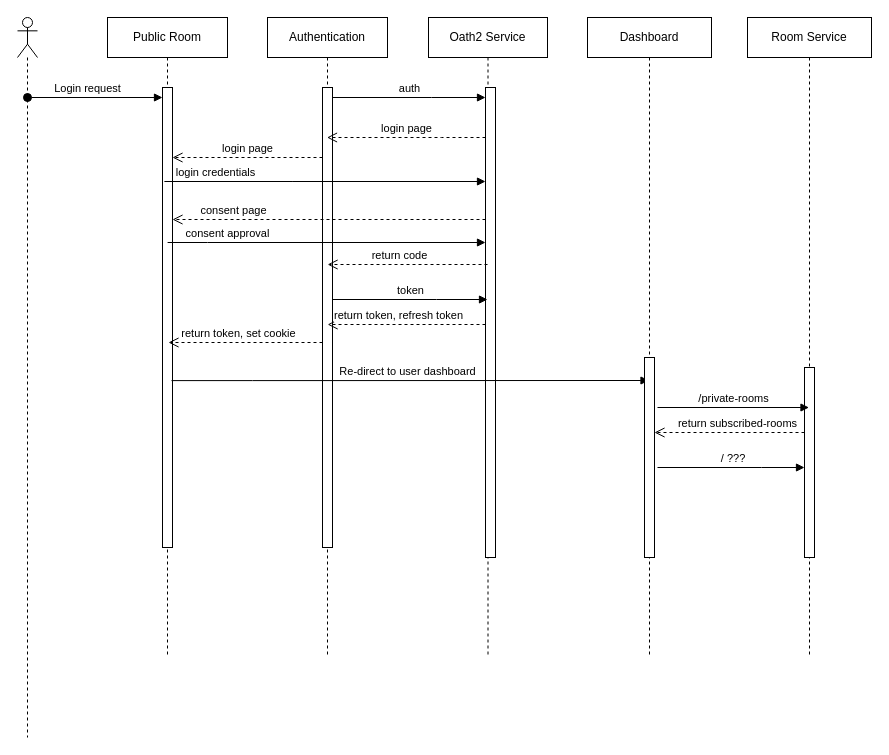
akshayvijaynair/music-academy-docs keeps this draw.io diagram as docs/assets/Sequence Diagram.drawio. Above is the earlier version. Source tidied: cells renumbered, new cells numbered last; positions are measured from the earlier drawing's top-left corner, leaving out a move shared by most shapes. Both pictures are drawn from the tidied source at 100%, with x=0, y=0 at pixel (17, 17).
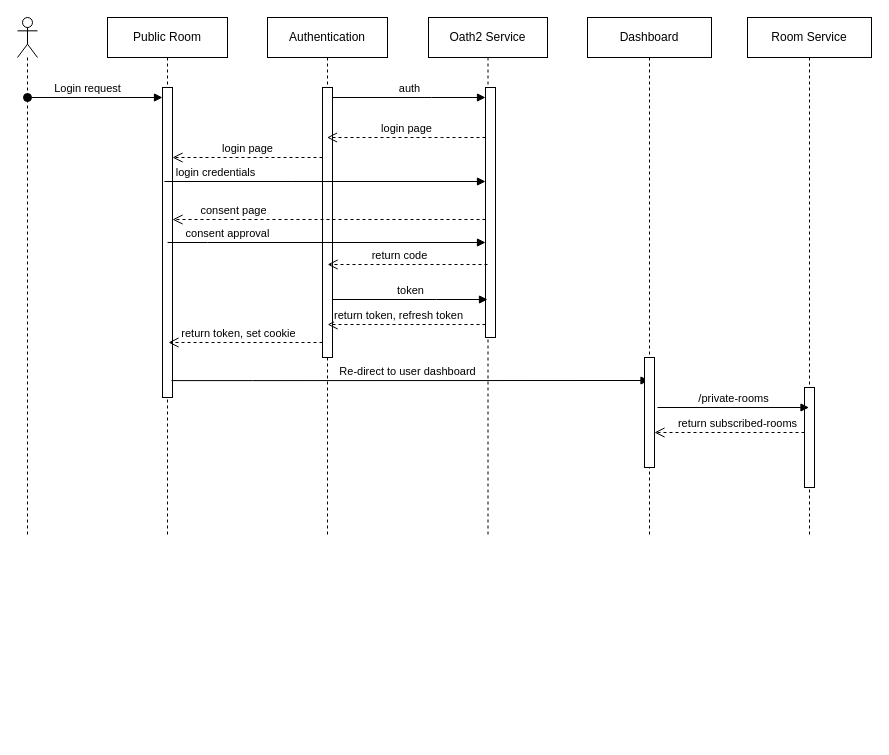
The same diagram, later.

Commit message:
feat(SequenceDiagram): cleaned up login flow

The edit, as a diff of the source:
```diff
@@
     <mxCell id="2" value="Public Room" style="shape=umlLifeline;perimeter=lifelinePerimeter;whiteSpace=wrap;html=1;newEdgeStyle={&quot;edgeStyle&quot;:&quot;elbowEdgeStyle&quot;,&quot;elbow&quot;:&quot;vertical&quot;,&quot;curved&quot;:0,&quot;rounded&quot;:0};" parent="1" vertex="1">
-      <mxGeometry x="90" width="120" height="640" as="geometry" />
+      <mxGeometry x="90" width="120" height="520" as="geometry" />
     </mxCell>
     <mxCell id="3" style="html=1;points=[];perimeter=orthogonalPerimeter;outlineConnect=0;targetShapes=umlLifeline;portConstraint=eastwest;newEdgeStyle={&quot;edgeStyle&quot;:&quot;elbowEdgeStyle&quot;,&quot;elbow&quot;:&quot;vertical&quot;,&quot;curved&quot;:0,&quot;rounded&quot;:0};" parent="2" vertex="1">
-      <mxGeometry x="55" y="70" width="10" height="460" as="geometry" />
+      <mxGeometry x="55" y="70" width="10" height="310" as="geometry" />
     </mxCell>
     <mxCell id="4" value="Authentication" style="shape=umlLifeline;perimeter=lifelinePerimeter;whiteSpace=wrap;html=1;outlineConnect=0;portConstraint=eastwest;newEdgeStyle={&quot;edgeStyle&quot;:&quot;elbowEdgeStyle&quot;,&quot;elbow&quot;:&quot;vertical&quot;,&quot;curved&quot;:0,&quot;rounded&quot;:0};" parent="1" vertex="1">
-      <mxGeometry x="250" width="120" height="640" as="geometry" />
+      <mxGeometry x="250" width="120" height="520" as="geometry" />
     </mxCell>
     <mxCell id="5" style="html=1;points=[];perimeter=orthogonalPerimeter;outlineConnect=0;targetShapes=umlLifeline;portConstraint=eastwest;newEdgeStyle={&quot;edgeStyle&quot;:&quot;elbowEdgeStyle&quot;,&quot;elbow&quot;:&quot;vertical&quot;,&quot;curved&quot;:0,&quot;rounded&quot;:0};" parent="4" vertex="1">
-      <mxGeometry x="55" y="70" width="10" height="460" as="geometry" />
+      <mxGeometry x="55" y="70" width="10" height="270" as="geometry" />
     </mxCell>
@@
     <mxCell id="8" value="Oath2 Service" style="shape=umlLifeline;perimeter=lifelinePerimeter;whiteSpace=wrap;html=1;newEdgeStyle={&quot;edgeStyle&quot;:&quot;elbowEdgeStyle&quot;,&quot;elbow&quot;:&quot;vertical&quot;,&quot;curved&quot;:0,&quot;rounded&quot;:0};" parent="1" vertex="1">
-      <mxGeometry x="411" width="119" height="640" as="geometry" />
+      <mxGeometry x="411" width="119" height="520" as="geometry" />
     </mxCell>
     <mxCell id="9" style="html=1;points=[];perimeter=orthogonalPerimeter;outlineConnect=0;targetShapes=umlLifeline;portConstraint=eastwest;newEdgeStyle={&quot;edgeStyle&quot;:&quot;elbowEdgeStyle&quot;,&quot;elbow&quot;:&quot;vertical&quot;,&quot;curved&quot;:0,&quot;rounded&quot;:0};" parent="8" vertex="1">
-      <mxGeometry x="57" y="70" width="10" height="470" as="geometry" />
+      <mxGeometry x="57" y="70" width="10" height="250" as="geometry" />
     </mxCell>
     <mxCell id="10" style="shape=umlLifeline;perimeter=lifelinePerimeter;whiteSpace=wrap;html=1;newEdgeStyle={&quot;curved&quot;:0,&quot;rounded&quot;:0};participant=umlActor;" parent="1" vertex="1">
-      <mxGeometry width="20" height="720" as="geometry" />
+      <mxGeometry width="20" height="520" as="geometry" />
     </mxCell>
@@
     <mxCell id="21" value="Dashboard" style="shape=umlLifeline;perimeter=lifelinePerimeter;whiteSpace=wrap;html=1;newEdgeStyle={&quot;edgeStyle&quot;:&quot;elbowEdgeStyle&quot;,&quot;elbow&quot;:&quot;vertical&quot;,&quot;curved&quot;:0,&quot;rounded&quot;:0};" parent="1" vertex="1">
-      <mxGeometry x="570" width="124" height="640" as="geometry" />
+      <mxGeometry x="570" width="124" height="520" as="geometry" />
     </mxCell>
     <mxCell id="22" style="html=1;perimeter=orthogonalPerimeter;targetShapes=umlLifeline;newEdgeStyle={&quot;edgeStyle&quot;:&quot;elbowEdgeStyle&quot;,&quot;elbow&quot;:&quot;vertical&quot;,&quot;curved&quot;:0,&quot;rounded&quot;:0};" parent="21" vertex="1">
-      <mxGeometry x="57" y="340" width="10" height="200" as="geometry" />
+      <mxGeometry x="57" y="340" width="10" height="110" as="geometry" />
     </mxCell>
     <mxCell id="23" value="Room Service" style="shape=umlLifeline;perimeter=lifelinePerimeter;whiteSpace=wrap;html=1;outlineConnect=0;portConstraint=eastwest;newEdgeStyle={&quot;edgeStyle&quot;:&quot;elbowEdgeStyle&quot;,&quot;elbow&quot;:&quot;vertical&quot;,&quot;curved&quot;:0,&quot;rounded&quot;:0};" parent="1" vertex="1">
-      <mxGeometry x="730" width="124" height="640" as="geometry" />
+      <mxGeometry x="730" width="124" height="520" as="geometry" />
     </mxCell>
     <mxCell id="24" style="html=1;perimeter=orthogonalPerimeter;targetShapes=umlLifeline;newEdgeStyle={&quot;edgeStyle&quot;:&quot;elbowEdgeStyle&quot;,&quot;elbow&quot;:&quot;vertical&quot;,&quot;curved&quot;:0,&quot;rounded&quot;:0};" parent="23" vertex="1">
-      <mxGeometry x="57" y="350" width="10" height="190" as="geometry" />
+      <mxGeometry x="57" y="370" width="10" height="100" as="geometry" />
     </mxCell>
@@
-    <mxCell id="27" value="&amp;nbsp;/ ???" style="html=1;verticalAlign=bottom;endArrow=block;edgeStyle=elbowEdgeStyle;elbow=horizontal;curved=0;rounded=0;entryX=0.006;entryY=0.68;entryDx=0;entryDy=0;entryPerimeter=0;" parent="1" edge="1">
-      <mxGeometry relative="1" as="geometry">
-        <mxPoint x="640" y="450" as="sourcePoint" />
-        <mxPoint x="787" y="450" as="targetPoint" />
-        <Array as="points">
-          <mxPoint x="744" y="480" />
-        </Array>
-      </mxGeometry>
-    </mxCell>
```
